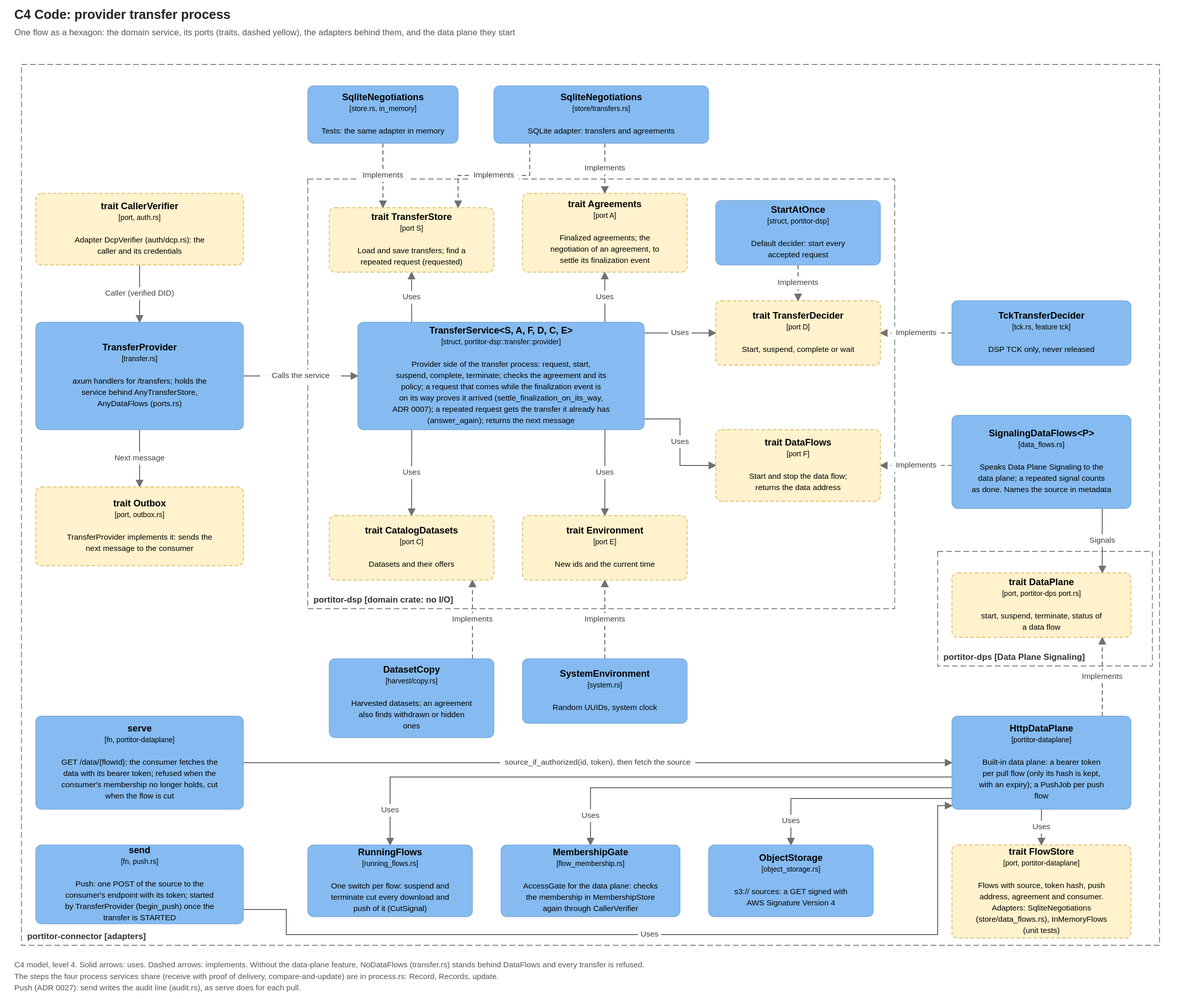
Before: docs/diagrams/c4-transfer-code.drawio.svg, a diagram exported from draw.io (brunopacheco1/portitor). Source tidied: cells renumbered, new cells last; positions are measured from the earlier drawing's top-left corner, leaving out a move shared by most shapes.
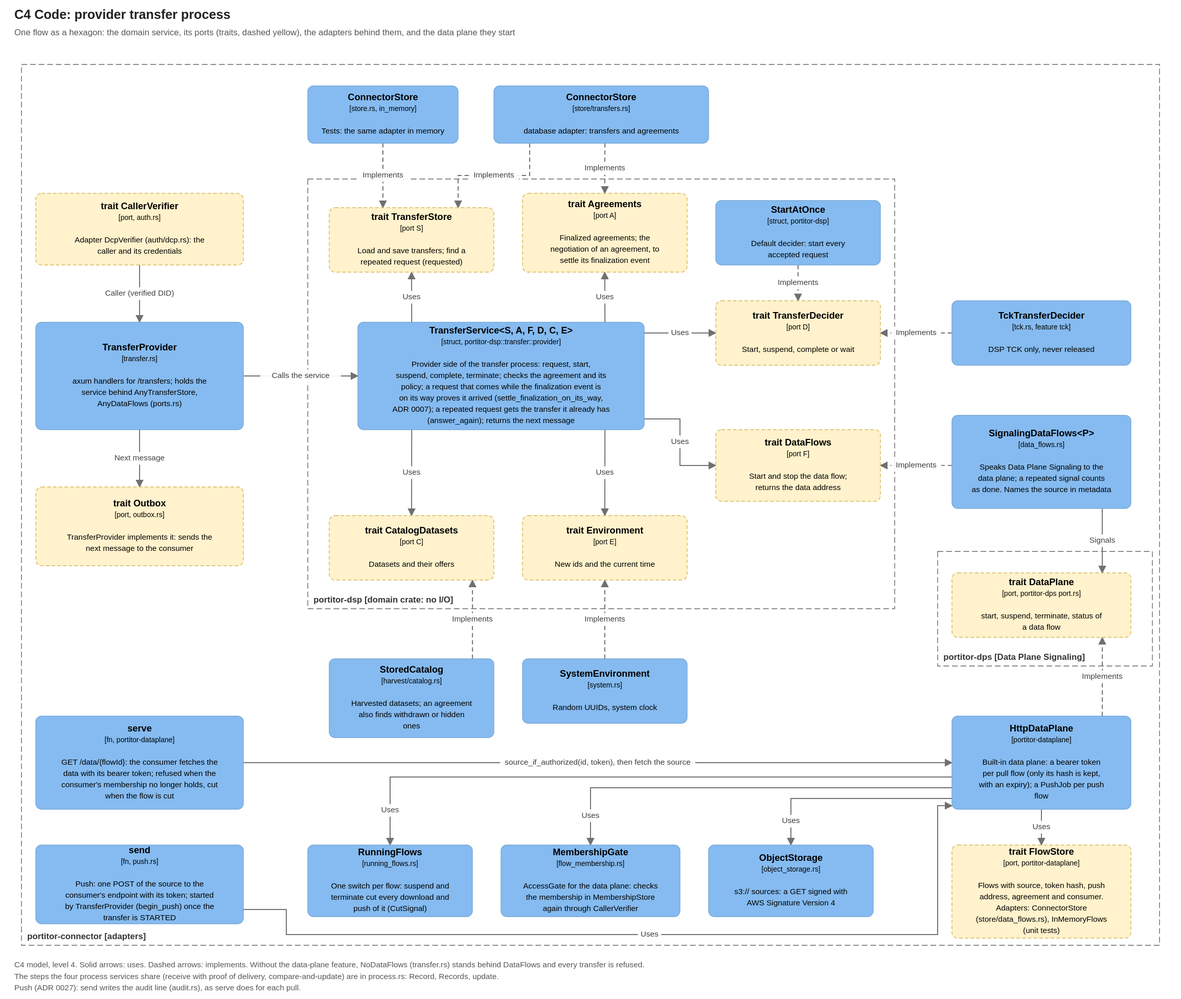
After the change.

Change to the diagram source:
```diff
@@ -35,13 +35,13 @@
     <mxCell id="12" value="&lt;b&gt;trait DataFlows&lt;/b&gt;&lt;br&gt;&lt;font style=&quot;font-size:10px&quot;&gt;[port F]&lt;/font&gt;&lt;br&gt;&lt;br&gt;&lt;font style=&quot;font-size:11px&quot;&gt;Start and stop the data flow; returns the data address&lt;/font&gt;" style="rounded=1;arcSize=8;dashed=1;whiteSpace=wrap;html=1;fillColor=#FFF2CC;strokeColor=#D6B656;fontColor=#000000;fontSize=13;align=center;verticalAlign=middle;c4Kind=port;c4Name=trait DataFlows;" parent="1" vertex="1">
       <mxGeometry x="980" y="510" width="230" height="100" as="geometry" />
     </mxCell>
-    <mxCell id="13" value="&lt;b&gt;SqliteNegotiations&lt;/b&gt;&lt;br&gt;&lt;font style=&quot;font-size:10px&quot;&gt;[store.rs, in_memory]&lt;/font&gt;&lt;br&gt;&lt;br&gt;&lt;font style=&quot;font-size:11px&quot;&gt;Tests: the same adapter in memory&lt;/font&gt;" style="rounded=1;arcSize=8;whiteSpace=wrap;html=1;fillColor=#85BBF0;strokeColor=#78A8D8;fontColor=#000000;fontSize=13;align=center;verticalAlign=middle;c4Kind=component;c4Name=SqliteNegotiations;" parent="1" vertex="1">
+    <mxCell id="13" value="&lt;b&gt;ConnectorStore&lt;/b&gt;&lt;br&gt;&lt;font style=&quot;font-size:10px&quot;&gt;[store.rs, in_memory]&lt;/font&gt;&lt;br&gt;&lt;br&gt;&lt;font style=&quot;font-size:11px&quot;&gt;Tests: the same adapter in memory&lt;/font&gt;" style="rounded=1;arcSize=8;whiteSpace=wrap;html=1;fillColor=#85BBF0;strokeColor=#78A8D8;fontColor=#000000;fontSize=13;align=center;verticalAlign=middle;c4Kind=component;c4Name=ConnectorStore;" parent="1" vertex="1">
       <mxGeometry x="410" y="30" width="210" height="80" as="geometry" />
     </mxCell>
-    <mxCell id="14" value="&lt;b&gt;SqliteNegotiations&lt;/b&gt;&lt;br&gt;&lt;font style=&quot;font-size:10px&quot;&gt;[store/transfers.rs]&lt;/font&gt;&lt;br&gt;&lt;br&gt;&lt;font style=&quot;font-size:11px&quot;&gt;SQLite adapter: transfers and agreements&lt;/font&gt;" style="rounded=1;arcSize=8;whiteSpace=wrap;html=1;fillColor=#85BBF0;strokeColor=#78A8D8;fontColor=#000000;fontSize=13;align=center;verticalAlign=middle;c4Kind=component;c4Name=SqliteNegotiations;" parent="1" vertex="1">
-      <mxGeometry x="670" y="30" width="300" height="80" as="geometry" />
-    </mxCell>
+    <mxCell id="56" value="&lt;b&gt;ConnectorStore&lt;/b&gt;&lt;br&gt;&lt;font style=&quot;font-size:10px&quot;&gt;[store/transfers.rs]&lt;/font&gt;&lt;br&gt;&lt;br&gt;&lt;font style=&quot;font-size:11px&quot;&gt;database adapter: transfers and agreements&lt;/font&gt;" style="rounded=1;arcSize=8;whiteSpace=wrap;html=1;fillColor=#85BBF0;strokeColor=#78A8D8;fontColor=#000000;fontSize=13;align=center;verticalAlign=middle;c4Kind=component;c4Name=ConnectorStore;" parent="1" vertex="1">
+      <mxGeometry x="670" y="30" width="300" height="80" as="geometry" />
+    </mxCell>
-    <mxCell id="15" value="&lt;b&gt;DatasetCopy&lt;/b&gt;&lt;br&gt;&lt;font style=&quot;font-size:10px&quot;&gt;[harvest/copy.rs]&lt;/font&gt;&lt;br&gt;&lt;br&gt;&lt;font style=&quot;font-size:11px&quot;&gt;Harvested datasets; an agreement also finds withdrawn or hidden ones&lt;/font&gt;" style="rounded=1;arcSize=8;whiteSpace=wrap;html=1;fillColor=#85BBF0;strokeColor=#78A8D8;fontColor=#000000;fontSize=13;align=center;verticalAlign=middle;c4Kind=component;c4Name=DatasetCopy;" parent="1" vertex="1">
+    <mxCell id="15" value="&lt;b&gt;StoredCatalog&lt;/b&gt;&lt;br&gt;&lt;font style=&quot;font-size:10px&quot;&gt;[harvest/catalog.rs]&lt;/font&gt;&lt;br&gt;&lt;br&gt;&lt;font style=&quot;font-size:11px&quot;&gt;Harvested datasets; an agreement also finds withdrawn or hidden ones&lt;/font&gt;" style="rounded=1;arcSize=8;whiteSpace=wrap;html=1;fillColor=#85BBF0;strokeColor=#78A8D8;fontColor=#000000;fontSize=13;align=center;verticalAlign=middle;c4Kind=component;c4Name=StoredCatalog;" parent="1" vertex="1">
       <mxGeometry x="440" y="830" width="230" height="110" as="geometry" />
     </mxCell>
     <mxCell id="16" value="&lt;b&gt;SystemEnvironment&lt;/b&gt;&lt;br&gt;&lt;font style=&quot;font-size:10px&quot;&gt;[system.rs]&lt;/font&gt;&lt;br&gt;&lt;br&gt;&lt;font style=&quot;font-size:11px&quot;&gt;Random UUIDs, system clock&lt;/font&gt;" style="rounded=1;arcSize=8;whiteSpace=wrap;html=1;fillColor=#85BBF0;strokeColor=#78A8D8;fontColor=#000000;fontSize=13;align=center;verticalAlign=middle;c4Kind=component;c4Name=SystemEnvironment;" parent="1" vertex="1">
@@ -59,7 +59,7 @@
     <mxCell id="20" value="&lt;b&gt;HttpDataPlane&lt;/b&gt;&lt;br&gt;&lt;font style=&quot;font-size:10px&quot;&gt;[portitor-dataplane]&lt;/font&gt;&lt;br&gt;&lt;br&gt;&lt;font style=&quot;font-size:11px&quot;&gt;Built-in data plane: a bearer token per pull flow (only its hash is kept, with an expiry); a PushJob per push flow&lt;/font&gt;" style="rounded=1;arcSize=8;whiteSpace=wrap;html=1;fillColor=#85BBF0;strokeColor=#78A8D8;fontColor=#000000;fontSize=13;align=center;verticalAlign=middle;c4Kind=component;c4Name=HttpDataPlane;" parent="1" vertex="1">
       <mxGeometry x="1310" y="910" width="250" height="130" as="geometry" />
     </mxCell>
-    <mxCell id="21" value="&lt;b&gt;trait FlowStore&lt;/b&gt;&lt;br&gt;&lt;font style=&quot;font-size:10px&quot;&gt;[port, portitor-dataplane]&lt;/font&gt;&lt;br&gt;&lt;br&gt;&lt;font style=&quot;font-size:11px&quot;&gt;Flows with source, token hash, push address, agreement and consumer. Adapters: SqliteNegotiations (store/data_flows.rs), InMemoryFlows (unit tests)&lt;/font&gt;" style="rounded=1;arcSize=8;dashed=1;whiteSpace=wrap;html=1;fillColor=#FFF2CC;strokeColor=#D6B656;fontColor=#000000;fontSize=13;align=center;verticalAlign=middle;c4Kind=port;c4Name=trait FlowStore;" parent="1" vertex="1">
+    <mxCell id="21" value="&lt;b&gt;trait FlowStore&lt;/b&gt;&lt;br&gt;&lt;font style=&quot;font-size:10px&quot;&gt;[port, portitor-dataplane]&lt;/font&gt;&lt;br&gt;&lt;br&gt;&lt;font style=&quot;font-size:11px&quot;&gt;Flows with source, token hash, push address, agreement and consumer. Adapters: ConnectorStore (store/data_flows.rs), InMemoryFlows (unit tests)&lt;/font&gt;" style="rounded=1;arcSize=8;dashed=1;whiteSpace=wrap;html=1;fillColor=#FFF2CC;strokeColor=#D6B656;fontColor=#000000;fontSize=13;align=center;verticalAlign=middle;c4Kind=port;c4Name=trait FlowStore;" parent="1" vertex="1">
       <mxGeometry x="1310" y="1090" width="250" height="130" as="geometry" />
     </mxCell>
     <mxCell id="22" value="&lt;b&gt;TransferProvider&lt;/b&gt;&lt;br&gt;&lt;font style=&quot;font-size:10px&quot;&gt;[transfer.rs]&lt;/font&gt;&lt;br&gt;&lt;br&gt;&lt;font style=&quot;font-size:11px&quot;&gt;axum handlers for /transfers; holds the service behind AnyTransferStore, AnyDataFlows (ports.rs)&lt;/font&gt;" style="rounded=1;arcSize=8;whiteSpace=wrap;html=1;fillColor=#85BBF0;strokeColor=#78A8D8;fontColor=#000000;fontSize=13;align=center;verticalAlign=middle;c4Kind=component;c4Name=TransferProvider;" parent="1" vertex="1">
@@ -118,7 +118,7 @@
     <mxCell id="38" value="Implements" style="endArrow=blockThin;endFill=1;html=1;rounded=0;strokeColor=#707070;fontSize=11;fontColor=#404040;labelBackgroundColor=#FFFFFF;dashed=1;exitX=0.500;exitY=1.000;exitPerimeter=0;entryX=0.326;entryY=0.000;entryPerimeter=0;" parent="1" edge="1" source="13" target="6">
       <mxGeometry relative="1" as="geometry" />
     </mxCell>
-    <mxCell id="39" value="Implements" style="endArrow=blockThin;endFill=1;html=1;rounded=0;strokeColor=#707070;fontSize=11;fontColor=#404040;labelBackgroundColor=#FFFFFF;dashed=1;exitX=0.167;exitY=1.000;exitPerimeter=0;entryX=0.783;entryY=0.000;entryPerimeter=0;" parent="1" edge="1" source="14" target="6">
+    <mxCell id="39" value="Implements" style="endArrow=blockThin;endFill=1;html=1;rounded=0;strokeColor=#707070;fontSize=11;fontColor=#404040;labelBackgroundColor=#FFFFFF;dashed=1;exitX=0.167;exitY=1.000;exitPerimeter=0;entryX=0.783;entryY=0.000;entryPerimeter=0;" parent="1" edge="1" source="56" target="6">
       <mxGeometry relative="1" as="geometry">
         <Array as="points">
           <mxPoint x="720" y="155" />
@@ -126,7 +126,7 @@
         </Array>
       </mxGeometry>
     </mxCell>
-    <mxCell id="40" value="Implements" style="endArrow=blockThin;endFill=1;html=1;rounded=0;strokeColor=#707070;fontSize=11;fontColor=#404040;labelBackgroundColor=#FFFFFF;dashed=1;exitX=0.517;exitY=1.000;exitPerimeter=0;entryX=0.500;entryY=0.000;entryPerimeter=0;" parent="1" edge="1" source="14" target="7">
+    <mxCell id="40" value="Implements" style="endArrow=blockThin;endFill=1;html=1;rounded=0;strokeColor=#707070;fontSize=11;fontColor=#404040;labelBackgroundColor=#FFFFFF;dashed=1;exitX=0.517;exitY=1.000;exitPerimeter=0;entryX=0.500;entryY=0.000;entryPerimeter=0;" parent="1" edge="1" source="56" target="7">
       <mxGeometry relative="1" as="geometry" />
     </mxCell>
     <mxCell id="41" value="Implements" style="endArrow=blockThin;endFill=1;html=1;rounded=0;strokeColor=#707070;fontSize=11;fontColor=#404040;labelBackgroundColor=#FFFFFF;dashed=1;exitX=0.500;exitY=1.000;exitPerimeter=0;entryX=0.500;entryY=0.000;entryPerimeter=0;" parent="1" edge="1" source="10" target="11">
```
